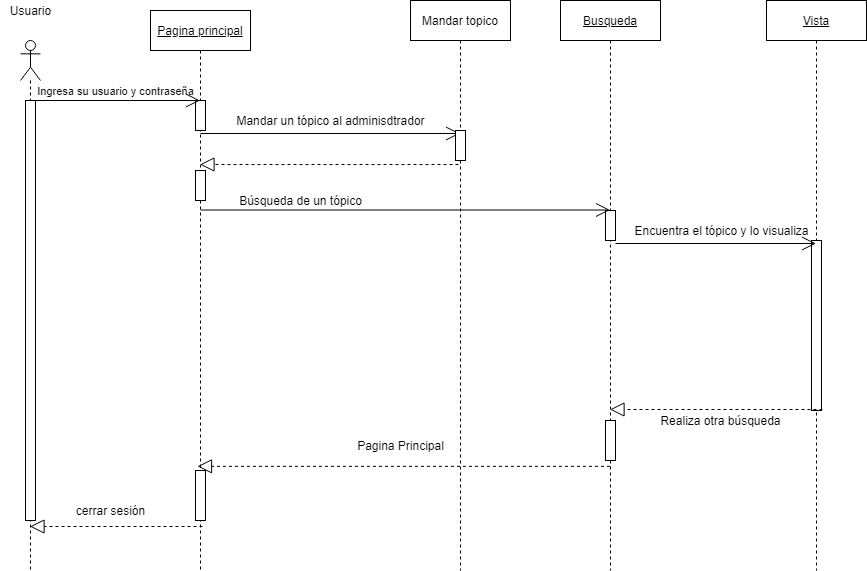
Earlier version of the draw.io export Diagramas/Diagramadesecuencausuario.drawio.png (vanessamRodriguez/Analisis-Avanzado-de-Software). Source tidied: cells renumbered, new cells last; positions are measured from the earlier drawing's top-left corner, leaving out a move shared by most shapes.
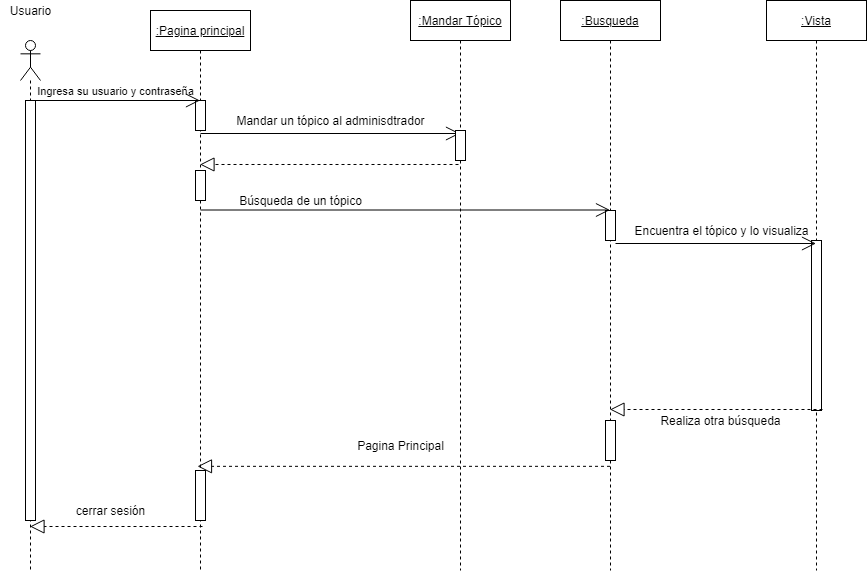
Later version of the same file.

The edit, as a diff of the source:
```diff
@@ -2,7 +2,7 @@
   <root>
     <mxCell id="0" />
     <mxCell id="1" parent="0" />
-    <mxCell id="2" value="&lt;u&gt;Pagina principal&lt;/u&gt;" style="shape=umlLifeline;perimeter=lifelinePerimeter;whiteSpace=wrap;html=1;outlineConnect=0;" parent="1" vertex="1">
+    <mxCell id="2" value="&lt;u&gt;:Pagina principal&lt;/u&gt;" style="shape=umlLifeline;perimeter=lifelinePerimeter;whiteSpace=wrap;html=1;outlineConnect=0;" parent="1" vertex="1">
       <mxGeometry x="150" y="10" width="100" height="560" as="geometry" />
     </mxCell>
     <mxCell id="3" style="html=1;perimeter=orthogonalPerimeter;" parent="2" vertex="1">
@@ -36,7 +36,7 @@
     <mxCell id="11" value="&lt;font style=&quot;font-size: 11px&quot;&gt;Ingresa su usuario y contraseña&lt;/font&gt;" style="text;html=1;align=center;verticalAlign=middle;strokeColor=none;" parent="1" vertex="1">
       <mxGeometry x="30" y="80" width="170" height="20" as="geometry" />
     </mxCell>
-    <mxCell id="12" value="&lt;u&gt;Busqueda&lt;/u&gt;" style="shape=umlLifeline;perimeter=lifelinePerimeter;whiteSpace=wrap;html=1;outlineConnect=0;" parent="1" vertex="1">
+    <mxCell id="12" value="&lt;u&gt;:Busqueda&lt;/u&gt;" style="shape=umlLifeline;perimeter=lifelinePerimeter;whiteSpace=wrap;html=1;outlineConnect=0;" parent="1" vertex="1">
       <mxGeometry x="560" width="100" height="570" as="geometry" />
     </mxCell>
     <mxCell id="13" style="html=1;points=[];perimeter=orthogonalPerimeter;" parent="12" vertex="1">
@@ -45,7 +45,7 @@
     <mxCell id="14" style="html=1;perimeter=orthogonalPerimeter;" parent="12" vertex="1">
       <mxGeometry x="45" y="420" width="10" height="40" as="geometry" />
     </mxCell>
-    <mxCell id="15" value="&lt;u&gt;Vista&lt;/u&gt;" style="shape=umlLifeline;perimeter=lifelinePerimeter;whiteSpace=wrap;html=1;outlineConnect=0;" parent="1" vertex="1">
+    <mxCell id="15" value="&lt;u&gt;:Vista&lt;/u&gt;" style="shape=umlLifeline;perimeter=lifelinePerimeter;whiteSpace=wrap;html=1;outlineConnect=0;" parent="1" vertex="1">
       <mxGeometry x="766" width="100" height="570" as="geometry" />
     </mxCell>
     <mxCell id="16" style="html=1;perimeter=orthogonalPerimeter;" parent="15" vertex="1">
@@ -66,7 +66,7 @@
     <mxCell id="21" value="cerrar sesión" style="text;html=1;align=center;verticalAlign=middle;strokeColor=none;" parent="1" vertex="1">
       <mxGeometry x="70" y="500" width="80" height="20" as="geometry" />
     </mxCell>
-    <mxCell id="22" value="Mandar topico" style="shape=umlLifeline;perimeter=lifelinePerimeter;whiteSpace=wrap;html=1;outlineConnect=0;" parent="1" vertex="1">
+    <mxCell id="22" value="&lt;u&gt;:Mandar Tópico&lt;/u&gt;" style="shape=umlLifeline;perimeter=lifelinePerimeter;whiteSpace=wrap;html=1;outlineConnect=0;" parent="1" vertex="1">
       <mxGeometry x="410" width="100" height="570" as="geometry" />
     </mxCell>
     <mxCell id="23" style="html=1;points=[];perimeter=orthogonalPerimeter;" parent="22" vertex="1">
```
